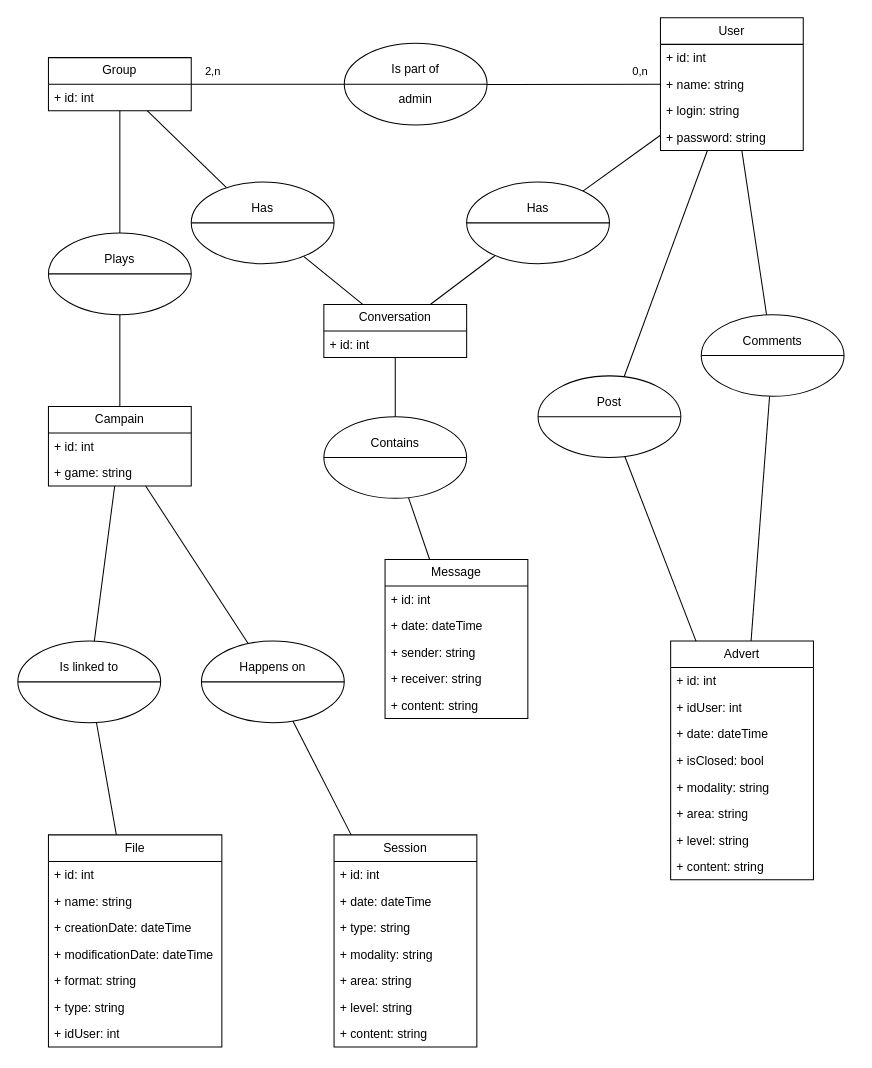
The draw.io diagram page "MCD" (1 of 3) of Documentation/Diagrames.drawio in ThreeLeggedDuckling/I3WAD_SymfonyProject, before the edit. Source tidied: cells renumbered, new cells numbered last; positions are measured from the earlier drawing's top-left corner, leaving out a move shared by most shapes. Both pictures are drawn from the tidied source at 102%, with x=0, y=0 at pixel (17, 17).
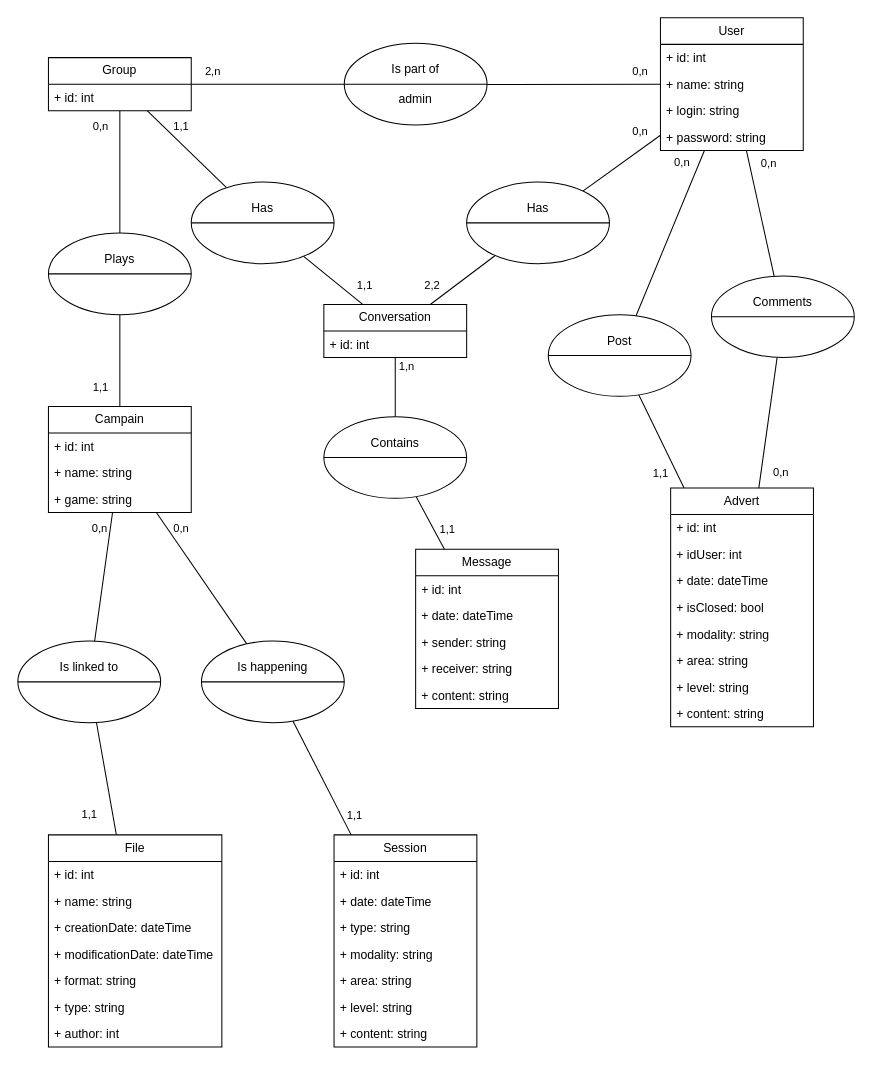
The same page after the edit.

The change refers to these unchanged cells:
```xml
<mxCell id="29" value="File" style="swimlane;fontStyle=0;horizontal=1;startSize=26;fillColor=none;whiteSpace=wrap;html=1;" parent="1" vertex="1">
  <mxGeometry x="30" y="801" width="170" height="208" as="geometry" />
</mxCell>
<mxCell id="45" style="endArrow=none;html=1;rounded=0;" parent="1" edge="1" source="68" target="7">
  <mxGeometry relative="1" as="geometry" />
</mxCell>
<mxCell id="46" style="endArrow=none;html=1;rounded=0;" parent="1" edge="1" source="66" target="7">
  <mxGeometry relative="1" as="geometry" />
</mxCell>
<mxCell id="47" style="endArrow=none;html=1;rounded=0;" parent="1" edge="1" source="67" target="2">
  <mxGeometry relative="1" as="geometry" />
</mxCell>
<mxCell id="48" style="endArrow=none;html=1;rounded=0;" parent="1" edge="1" source="69" target="18">
  <mxGeometry relative="1" as="geometry" />
</mxCell>
<mxCell id="49" style="endArrow=none;html=1;rounded=0;" parent="1" edge="1" source="70" target="2">
  <mxGeometry relative="1" as="geometry" />
</mxCell>
<mxCell id="54" style="endArrow=none;html=1;rounded=0;" parent="1" edge="1" source="18" target="66">
  <mxGeometry relative="1" as="geometry" />
</mxCell>
<mxCell id="55" style="endArrow=none;html=1;rounded=0;" parent="1" edge="1" source="67" target="18">
  <mxGeometry relative="1" as="geometry" />
</mxCell>
<mxCell id="56" style="endArrow=none;html=1;rounded=0;" parent="1" edge="1" source="69" target="20">
  <mxGeometry relative="1" as="geometry" />
</mxCell>
<mxCell id="57" style="endArrow=none;html=1;rounded=0;" parent="1" edge="1" source="71" target="2">
  <mxGeometry relative="1" as="geometry" />
</mxCell>
<mxCell id="58" style="endArrow=none;html=1;rounded=0;" parent="1" edge="1" source="9" target="70">
  <mxGeometry relative="1" as="geometry" />
</mxCell>
<mxCell id="59" style="endArrow=none;html=1;rounded=0;" parent="1" edge="1" source="9" target="71">
  <mxGeometry relative="1" as="geometry" />
</mxCell>
<mxCell id="60" style="endArrow=none;html=1;rounded=0;" parent="1" edge="1" source="26" target="68">
  <mxGeometry relative="1" as="geometry" />
</mxCell>
<mxCell id="61" style="endArrow=none;html=1;rounded=0;" parent="1" edge="1" source="29" target="73">
  <mxGeometry relative="1" as="geometry" />
</mxCell>
<mxCell id="62" style="endArrow=none;html=1;rounded=0;" parent="1" edge="1" source="37" target="72">
  <mxGeometry relative="1" as="geometry" />
</mxCell>
<mxCell id="63" style="endArrow=none;html=1;rounded=0;" parent="1" edge="1" source="73" target="26">
  <mxGeometry relative="1" as="geometry" />
</mxCell>
<mxCell id="64" style="endArrow=none;html=1;rounded=0;" parent="1" edge="1" source="72" target="26">
  <mxGeometry relative="1" as="geometry" />
</mxCell>
```

Diff of the diagram source:
```diff
@@
     <mxCell id="9" value="Advert" style="swimlane;fontStyle=0;horizontal=1;startSize=26;fillColor=none;whiteSpace=wrap;html=1;" parent="1" vertex="1">
-      <mxGeometry x="640" y="611" width="140" height="234" as="geometry" />
+      <mxGeometry x="640" y="461" width="140" height="234" as="geometry" />
     </mxCell>
@@
     <mxCell id="20" value="Message" style="swimlane;fontStyle=0;horizontal=1;startSize=26;fillColor=none;whiteSpace=wrap;html=1;" parent="1" vertex="1">
-      <mxGeometry x="360" y="531" width="140" height="156" as="geometry" />
+      <mxGeometry x="390" y="521" width="140" height="156" as="geometry" />
     </mxCell>
@@
     <mxCell id="26" value="Campain" style="swimlane;fontStyle=0;horizontal=1;startSize=26;fillColor=none;whiteSpace=wrap;html=1;" parent="1" vertex="1">
-      <mxGeometry x="30" y="381" width="140" height="78" as="geometry" />
+      <mxGeometry x="30" y="381" width="140" height="104" as="geometry" />
     </mxCell>
@@
+    <mxCell id="74" value="+ name: string" style="text;strokeColor=none;fillColor=none;align=left;verticalAlign=top;spacingLeft=4;spacingRight=4;overflow=hidden;whiteSpace=wrap;html=1;" parent="26" vertex="1">
+      <mxGeometry y="52" width="140" height="26" as="geometry" />
+    </mxCell>
     <mxCell id="28" value="+ game: string" style="text;strokeColor=none;fillColor=none;align=left;verticalAlign=top;spacingLeft=4;spacingRight=4;overflow=hidden;whiteSpace=wrap;html=1;" parent="26" vertex="1">
-      <mxGeometry y="52" width="140" height="26" as="geometry" />
+      <mxGeometry y="78" width="140" height="26" as="geometry" />
     </mxCell>
@@
-    <mxCell id="36" value="+ idUser: int" style="text;strokeColor=none;fillColor=none;align=left;verticalAlign=top;spacingLeft=4;spacingRight=4;overflow=hidden;whiteSpace=wrap;html=1;" parent="29" vertex="1">
+    <mxCell id="36" value="+ author: int" style="text;strokeColor=none;fillColor=none;align=left;verticalAlign=top;spacingLeft=4;spacingRight=4;overflow=hidden;whiteSpace=wrap;html=1;" parent="29" vertex="1">
       <mxGeometry y="182" width="170" height="26" as="geometry" />
     </mxCell>
@@
+    <mxCell id="75" value="0,n" style="edgeLabel;html=1;align=center;verticalAlign=middle;" parent="45" vertex="1">
+      <mxGeometry y="-1" relative="1" as="geometry">
+        <mxPoint x="-21" y="-46" as="offset" />
+      </mxGeometry>
+    </mxCell>
@@
+    <mxCell id="76" value="1,1" style="edgeLabel;html=1;align=center;verticalAlign=middle;" parent="46" vertex="1">
+      <mxGeometry x="-0.02" y="-2" relative="1" as="geometry">
+        <mxPoint x="-8" y="-23" as="offset" />
+      </mxGeometry>
+    </mxCell>
@@
+    <mxCell id="77" value="0,n" style="edgeLabel;html=1;align=center;verticalAlign=middle;" parent="47" vertex="1">
+      <mxGeometry x="0.02" relative="1" as="geometry">
+        <mxPoint x="17" y="-31" as="offset" />
+      </mxGeometry>
+    </mxCell>
@@
+    <mxCell id="78" value="1,n" style="edgeLabel;html=1;align=center;verticalAlign=middle;" parent="48" vertex="1">
+      <mxGeometry x="0.03" y="-1" relative="1" as="geometry">
+        <mxPoint x="9" y="-20" as="offset" />
+      </mxGeometry>
+    </mxCell>
@@
+    <mxCell id="79" value="0,n" style="edgeLabel;html=1;align=center;verticalAlign=middle;" parent="49" vertex="1">
+      <mxGeometry x="0.02" y="-1" relative="1" as="geometry">
+        <mxPoint x="9" y="-69" as="offset" />
+      </mxGeometry>
+    </mxCell>
@@
+    <mxCell id="80" value="1,1" style="edgeLabel;html=1;align=center;verticalAlign=middle;" parent="54" vertex="1">
+      <mxGeometry x="-0.05" y="-1" relative="1" as="geometry">
+        <mxPoint x="29" y="4" as="offset" />
+      </mxGeometry>
+    </mxCell>
@@
+    <mxCell id="81" value="2,2" style="edgeLabel;html=1;align=center;verticalAlign=middle;" parent="55" vertex="1">
+      <mxGeometry x="0.05" y="1" relative="1" as="geometry">
+        <mxPoint x="-30" y="2" as="offset" />
+      </mxGeometry>
+    </mxCell>
@@
+    <mxCell id="82" value="1,1" style="edgeLabel;html=1;align=center;verticalAlign=middle;" parent="56" vertex="1">
+      <mxGeometry x="0.01" y="3" relative="1" as="geometry">
+        <mxPoint x="13" y="7" as="offset" />
+      </mxGeometry>
+    </mxCell>
@@
+    <mxCell id="83" value="0,n" style="edgeLabel;html=1;align=center;verticalAlign=middle;" parent="57" vertex="1">
+      <mxGeometry x="0.02" y="2" relative="1" as="geometry">
+        <mxPoint x="10" y="-49" as="offset" />
+      </mxGeometry>
+    </mxCell>
@@
+    <mxCell id="84" value="1,1" style="edgeLabel;html=1;align=center;verticalAlign=middle;" parent="58" vertex="1">
+      <mxGeometry relative="1" as="geometry">
+        <mxPoint x="-1" y="31" as="offset" />
+      </mxGeometry>
+    </mxCell>
@@
+    <mxCell id="85" value="0,n" style="edgeLabel;html=1;align=center;verticalAlign=middle;" parent="59" vertex="1">
+      <mxGeometry relative="1" as="geometry">
+        <mxPoint x="12" y="49" as="offset" />
+      </mxGeometry>
+    </mxCell>
@@
+    <mxCell id="86" value="1,1" style="edgeLabel;html=1;align=center;verticalAlign=middle;" parent="60" vertex="1">
+      <mxGeometry x="-0.04" y="-2" relative="1" as="geometry">
+        <mxPoint x="-22" y="23" as="offset" />
+      </mxGeometry>
+    </mxCell>
@@
+    <mxCell id="87" value="1,1" style="edgeLabel;html=1;align=center;verticalAlign=middle;" parent="61" vertex="1">
+      <mxGeometry x="-0.02" y="1" relative="1" as="geometry">
+        <mxPoint x="-16" y="33" as="offset" />
+      </mxGeometry>
+    </mxCell>
@@
+    <mxCell id="88" value="1,1" style="edgeLabel;html=1;align=center;verticalAlign=middle;" parent="62" vertex="1">
+      <mxGeometry x="0.04" y="-2" relative="1" as="geometry">
+        <mxPoint x="31" y="39" as="offset" />
+      </mxGeometry>
+    </mxCell>
@@
+    <mxCell id="89" value="0,n" style="edgeLabel;html=1;align=center;verticalAlign=middle;" parent="63" vertex="1">
+      <mxGeometry x="-0.01" y="-1" relative="1" as="geometry">
+        <mxPoint x="-5" y="-48" as="offset" />
+      </mxGeometry>
+    </mxCell>
@@
+    <mxCell id="90" value="0,n" style="edgeLabel;html=1;align=center;verticalAlign=middle;" parent="64" vertex="1">
+      <mxGeometry x="-0.03" y="1" relative="1" as="geometry">
+        <mxPoint x="-21" y="-51" as="offset" />
+      </mxGeometry>
+    </mxCell>
@@
     <mxCell id="70" value="&lt;div&gt;Post&lt;/div&gt;&lt;div&gt;&lt;br&gt;&lt;/div&gt;&lt;div&gt;&lt;br&gt;&lt;/div&gt;" style="shape=lineEllipse;perimeter=ellipsePerimeter;whiteSpace=wrap;html=1;backgroundOutline=1;" parent="1" vertex="1">
-      <mxGeometry x="510" y="351" width="140" height="80" as="geometry" />
+      <mxGeometry x="520" y="291" width="140" height="80" as="geometry" />
     </mxCell>
     <mxCell id="71" value="&lt;div&gt;Comments&lt;/div&gt;&lt;div&gt;&lt;br&gt;&lt;/div&gt;&lt;div&gt;&lt;br&gt;&lt;/div&gt;" style="shape=lineEllipse;perimeter=ellipsePerimeter;whiteSpace=wrap;html=1;backgroundOutline=1;" parent="1" vertex="1">
-      <mxGeometry x="670" y="291" width="140" height="80" as="geometry" />
+      <mxGeometry x="680" y="253" width="140" height="80" as="geometry" />
     </mxCell>
-    <mxCell id="72" value="&lt;div&gt;Happens on&lt;/div&gt;&lt;div&gt;&lt;br&gt;&lt;/div&gt;&lt;div&gt;&lt;br&gt;&lt;/div&gt;" style="shape=lineEllipse;perimeter=ellipsePerimeter;whiteSpace=wrap;html=1;backgroundOutline=1;" parent="1" vertex="1">
+    <mxCell id="72" value="&lt;div&gt;Is happening&lt;/div&gt;&lt;div&gt;&lt;br&gt;&lt;/div&gt;&lt;div&gt;&lt;br&gt;&lt;/div&gt;" style="shape=lineEllipse;perimeter=ellipsePerimeter;whiteSpace=wrap;html=1;backgroundOutline=1;" parent="1" vertex="1">
       <mxGeometry x="180" y="611" width="140" height="80" as="geometry" />
     </mxCell>
```
